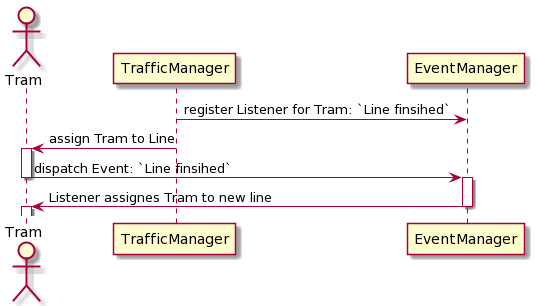
This is readme_assets/event_dispatch.png from fh-erfurt/eco-tram, a PlantUML export, as it was before one commit.
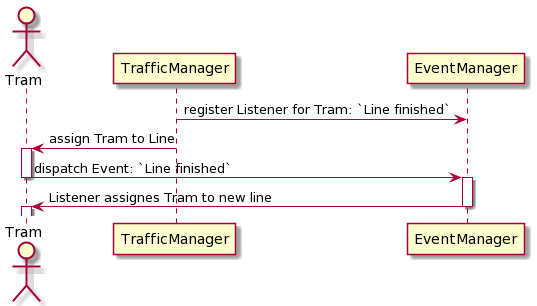
After the change.

Commit message:
fixed typo in uml diagram (and text)

The edit, as a diff of the source:
```diff
@@ -1,9 +1,9 @@
 @startuml
 actor Tram
-    TrafficManager -> EventManager : register Listener for Tram: `Line finsihed`
+    TrafficManager -> EventManager : register Listener for Tram: `Line finished`
     TrafficManager -> Tram : assign Tram to Line
     activate Tram
-    Tram -> EventManager : dispatch Event: `Line finsihed`
+    Tram -> EventManager : dispatch Event: `Line finished`
     deactivate Tram
     activate EventManager
     EventManager -> Tram : Listener assignes Tram to new line
```
